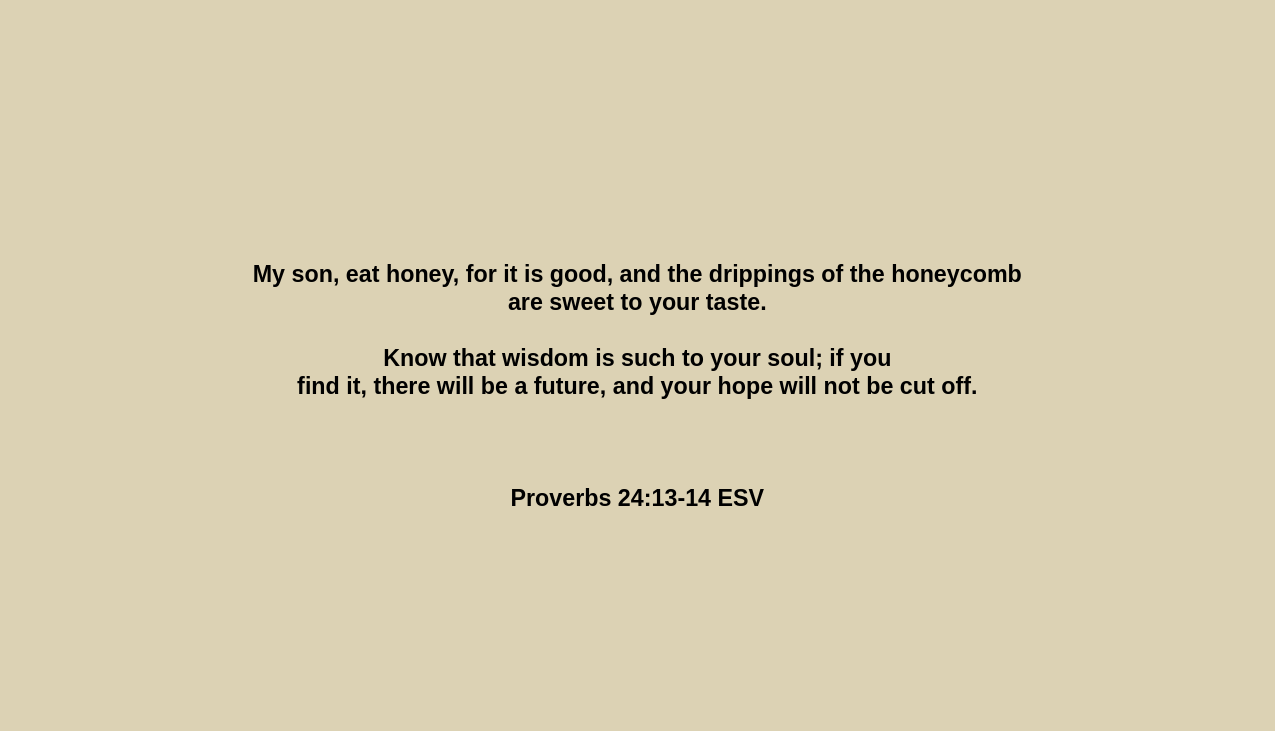
Before: page "outro" (5 of 5) of diagrams/episode 1/episode 1.drawio in jay-maybe/robot, a draw.io diagram. Source tidied: cells renumbered, new cells numbered last; positions are measured from the earlier drawing's top-left corner, leaving out a move shared by most shapes. Both pictures are drawn from the tidied source at 97%, with x=0, y=0 at pixel (16, 16).
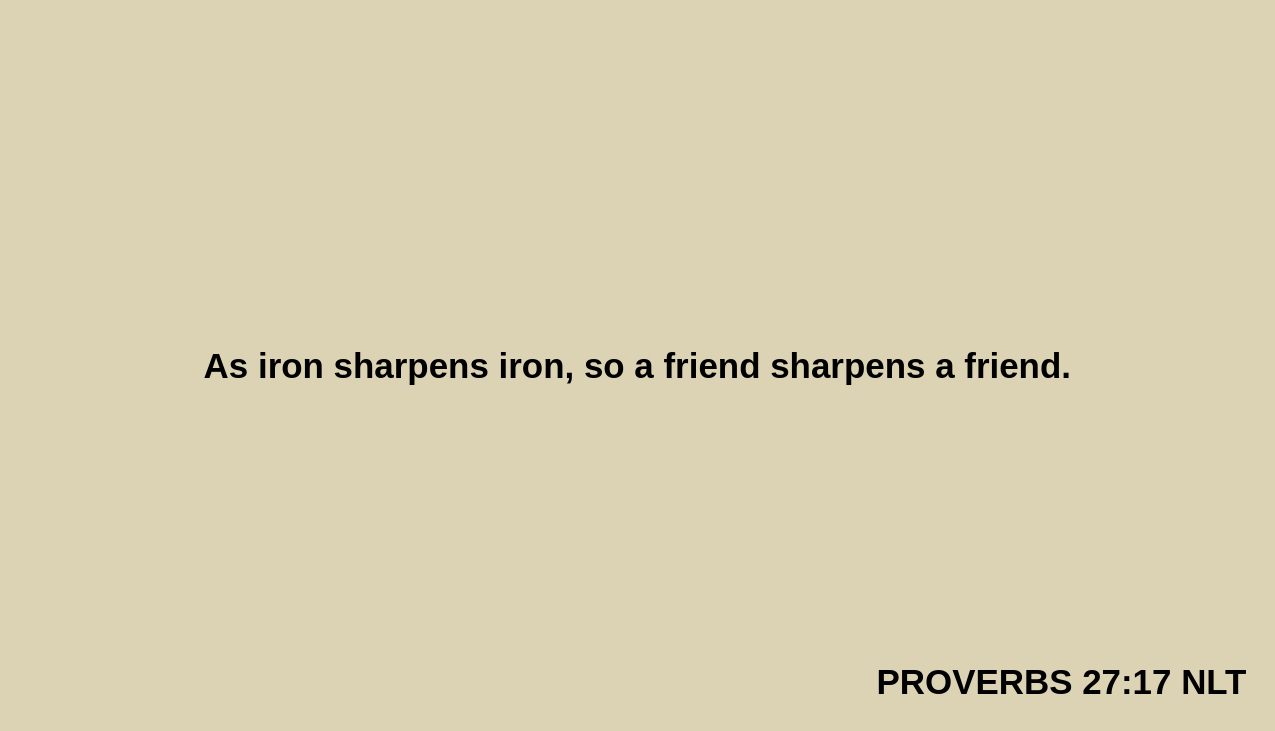
Above is the later version.

Diff of the diagram source:
```diff
@@
 <mxGraphModel background="light-dark(#dcd2b4, #121212)">
   <root>
     <mxCell id="0" />
     <mxCell id="1" parent="0" />
-    <mxCell id="2" value="&lt;div&gt;&lt;font style=&quot;font-size: 24px;&quot; face=&quot;Space Mono&quot;&gt;&lt;b&gt;&lt;br&gt;&lt;/b&gt;&lt;/font&gt;&lt;/div&gt;&lt;font style=&quot;font-size: 24px;&quot; face=&quot;Space Mono&quot;&gt;&lt;b&gt;&lt;div&gt;&lt;br&gt;&lt;/div&gt;My son, eat honey, for it is good, and the drippings of the honeycomb &lt;br&gt;are sweet to your taste.&lt;/b&gt;&lt;/font&gt;&lt;div&gt;&lt;div&gt;&lt;font style=&quot;font-size: 24px;&quot; face=&quot;Space Mono&quot;&gt;&lt;b&gt;&lt;br&gt;&lt;/b&gt;&lt;/font&gt;&lt;/div&gt;&lt;div&gt;&lt;font style=&quot;font-size: 24px;&quot; face=&quot;Space Mono&quot;&gt;&lt;b&gt;Know that wisdom is such to your soul; if you &lt;br&gt;find it, there will be a future, and your hope will not be cut off.&lt;/b&gt;&lt;/font&gt;&lt;/div&gt;&lt;div&gt;&lt;font style=&quot;font-size: 24px;&quot; face=&quot;Space Mono&quot;&gt;&lt;b&gt;&lt;br&gt;&lt;/b&gt;&lt;/font&gt;&lt;/div&gt;&lt;div&gt;&lt;font style=&quot;font-size: 24px;&quot; face=&quot;Space Mono&quot;&gt;&lt;b&gt;&lt;br&gt;&lt;/b&gt;&lt;/font&gt;&lt;/div&gt;&lt;div&gt;&lt;b&gt;&lt;br&gt;&lt;/b&gt;&lt;/div&gt;&lt;div&gt;&lt;h2 class=&quot;text-text-light dark:text-text-dark font-bold font-aktiv-grotesk&quot;&gt;&lt;font style=&quot;font-size: 24px;&quot; face=&quot;Space Mono&quot;&gt;Proverbs 24:13-14 ESV&lt;/font&gt;&lt;/h2&gt;&lt;/div&gt;&lt;/div&gt;" style="text;html=1;whiteSpace=wrap;strokeColor=none;fillColor=none;align=center;verticalAlign=middle;rounded=0;" parent="1" vertex="1">
+    <mxCell id="2" value="&lt;font face=&quot;Space Mono&quot; style=&quot;font-size: 36px;&quot;&gt;&lt;b&gt;As iron sharpens iron, so a friend sharpens a friend.&lt;/b&gt;&lt;/font&gt;" style="text;html=1;whiteSpace=wrap;strokeColor=none;fillColor=none;align=center;verticalAlign=middle;rounded=0;" parent="1" vertex="1">
       <mxGeometry width="1280" height="720" as="geometry" />
     </mxCell>
+    <mxCell id="3" value="&lt;font face=&quot;Space Mono&quot;&gt;&lt;span style=&quot;font-size: 36px;&quot;&gt;&lt;b&gt;PROVERBS 27:17 NLT&amp;nbsp;&lt;/b&gt;&lt;/span&gt;&lt;/font&gt;" style="text;html=1;whiteSpace=wrap;strokeColor=none;fillColor=none;align=right;verticalAlign=middle;rounded=0;fontSize=24;" parent="1" vertex="1">
+      <mxGeometry x="710" y="650" width="570" height="70" as="geometry" />
+    </mxCell>
   </root>
 </mxGraphModel>
```
